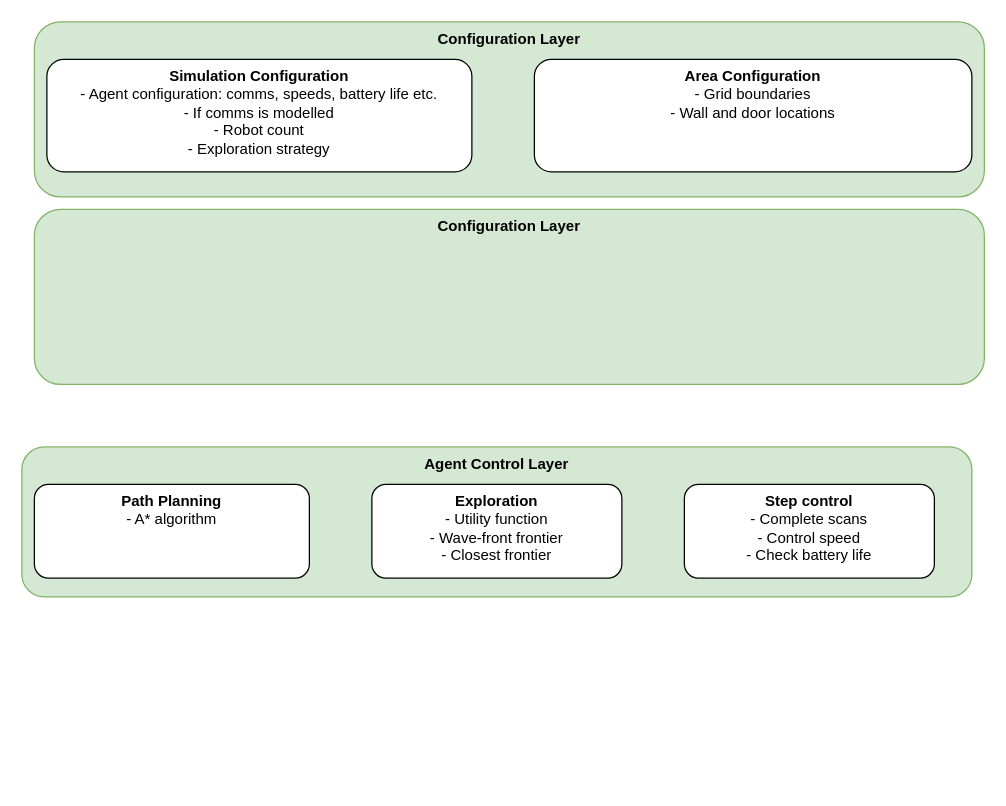
Earlier version of the draw.io diagram Basic Software Architecture.drawio (SophieGreen2073-2/DissertationAbtractModel). Source tidied: cells renumbered, new cells numbered last; positions are measured from the earlier drawing's top-left corner, leaving out a move shared by most shapes. Both pictures are drawn from the tidied source at 125%, with x=0, y=0 at pixel (21, 21).
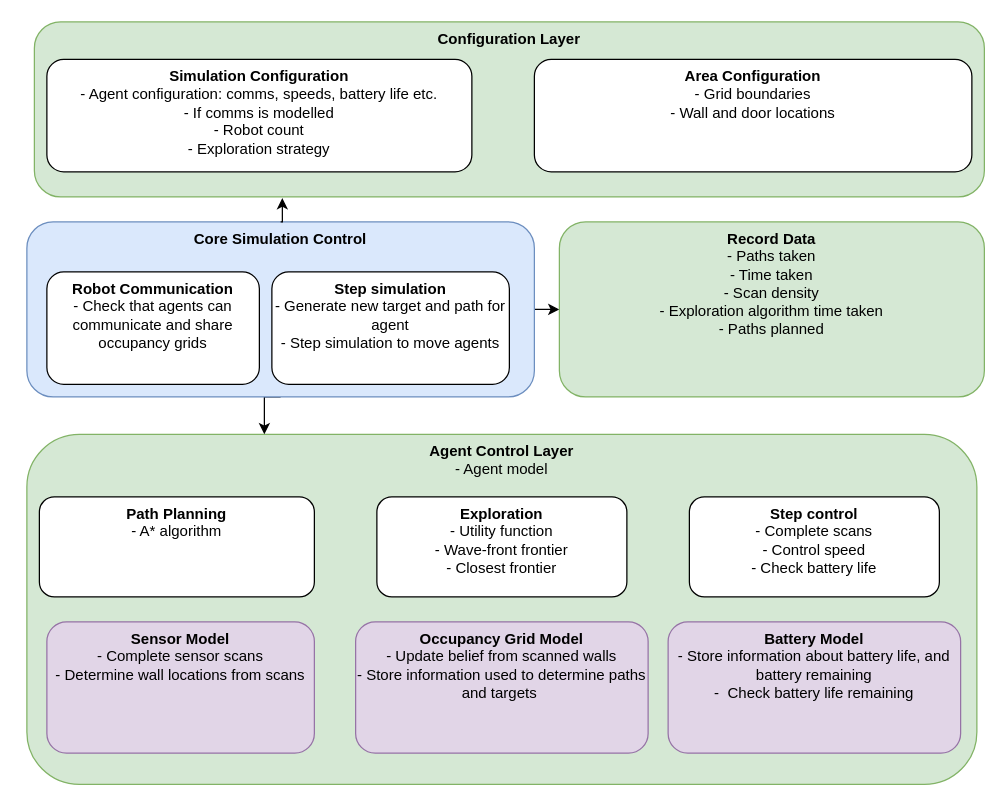
The same diagram, later.

Change to the diagram source:
```diff
@@
 <mxGraphModel>
   <root>
     <mxCell id="0" />
     <mxCell id="1" parent="0" />
     <mxCell id="2" value="&lt;div&gt;&lt;b&gt;Configuration Layer&lt;/b&gt;&lt;/div&gt;&lt;div&gt;&lt;b&gt;&lt;br&gt;&lt;/b&gt;&lt;/div&gt;" style="rounded=1;whiteSpace=wrap;html=1;verticalAlign=top;fillColor=#d5e8d4;strokeColor=#82b366;" parent="1" vertex="1">
       <mxGeometry x="10" width="760" height="140" as="geometry" />
     </mxCell>
     <mxCell id="3" value="&lt;div&gt;&lt;b&gt;Simulation Configuration&lt;/b&gt;&lt;/div&gt;&lt;div&gt;- Agent configuration: comms, speeds, battery life etc.&lt;/div&gt;&lt;div&gt;- If comms is modelled&lt;/div&gt;&lt;div&gt;- Robot count&lt;/div&gt;&lt;div&gt;- Exploration strategy&lt;/div&gt;" style="rounded=1;whiteSpace=wrap;html=1;verticalAlign=top;" parent="1" vertex="1">
       <mxGeometry x="20" y="30" width="340" height="90" as="geometry" />
     </mxCell>
     <mxCell id="4" value="&lt;div&gt;&lt;b&gt;Area Configuration&lt;/b&gt;&lt;/div&gt;&lt;div&gt;- Grid boundaries&lt;/div&gt;&lt;div&gt;- Wall and door locations&lt;/div&gt;" style="rounded=1;whiteSpace=wrap;html=1;verticalAlign=top;" parent="1" vertex="1">
       <mxGeometry x="410" y="30" width="350" height="90" as="geometry" />
     </mxCell>
     <mxCell id="5" style="group;" parent="1" vertex="1">
-      <mxGeometry y="340" width="760" height="120" as="geometry" />
+      <mxGeometry x="4" y="330" width="760" height="280" as="geometry" />
     </mxCell>
-    <mxCell id="6" value="&lt;b&gt;Agent Control Layer&lt;/b&gt;" style="rounded=1;whiteSpace=wrap;html=1;verticalAlign=top;fillColor=#d5e8d4;strokeColor=#82b366;" parent="5" vertex="1">
-      <mxGeometry width="760" height="120" as="geometry" />
+    <mxCell id="6" value="&lt;div&gt;&lt;b&gt;Agent Control Layer&lt;/b&gt;&lt;/div&gt;- Agent model" style="rounded=1;whiteSpace=wrap;html=1;verticalAlign=top;fillColor=#d5e8d4;strokeColor=#82b366;" parent="5" vertex="1">
+      <mxGeometry width="760" height="280" as="geometry" />
     </mxCell>
     <mxCell id="7" value="&lt;div&gt;&lt;b&gt;Path Planning&lt;/b&gt;&lt;/div&gt;&lt;div&gt;- A* algorithm&lt;/div&gt;" style="rounded=1;whiteSpace=wrap;html=1;verticalAlign=top;" parent="5" vertex="1">
-      <mxGeometry x="10" y="30" width="220" height="75" as="geometry" />
+      <mxGeometry x="10" y="50" width="220" height="80" as="geometry" />
     </mxCell>
     <mxCell id="8" value="&lt;div&gt;&lt;b&gt;Exploration&lt;/b&gt;&lt;/div&gt;&lt;div&gt;- Utility function&lt;/div&gt;&lt;div&gt;- Wave-front frontier&lt;/div&gt;&lt;div&gt;- Closest frontier&lt;/div&gt;" style="rounded=1;whiteSpace=wrap;html=1;verticalAlign=top;" parent="5" vertex="1">
-      <mxGeometry x="280" y="30" width="200" height="75" as="geometry" />
+      <mxGeometry x="280" y="50" width="200" height="80" as="geometry" />
     </mxCell>
     <mxCell id="9" value="&lt;div&gt;&lt;b&gt;Step control&lt;/b&gt;&lt;/div&gt;&lt;div&gt;- Complete scans&lt;/div&gt;&lt;div&gt;- Control speed&lt;/div&gt;&lt;div&gt;- Check battery life&lt;/div&gt;&lt;div&gt;&lt;br&gt;&lt;/div&gt;" style="rounded=1;whiteSpace=wrap;html=1;verticalAlign=top;" parent="5" vertex="1">
-      <mxGeometry x="530" y="30" width="200" height="75" as="geometry" />
+      <mxGeometry x="530" y="50" width="200" height="80" as="geometry" />
     </mxCell>
+    <mxCell id="11" value="&lt;div&gt;&lt;b&gt;Sensor Model&lt;/b&gt;&lt;/div&gt;&lt;div&gt;- Complete sensor scans&lt;/div&gt;&lt;div&gt;- Determine wall locations from scans&lt;/div&gt;" style="rounded=1;whiteSpace=wrap;html=1;verticalAlign=top;fillColor=#e1d5e7;strokeColor=#9673a6;" parent="5" vertex="1">
+      <mxGeometry x="16" y="150" width="214" height="105" as="geometry" />
+    </mxCell>
+    <mxCell id="12" value="&lt;div&gt;&lt;b&gt;Occupancy Grid Model&lt;/b&gt;&lt;/div&gt;&lt;div&gt;- Update belief from scanned walls&lt;/div&gt;&lt;div&gt;- Store information used to determine paths and targets&amp;nbsp;&lt;/div&gt;" style="rounded=1;whiteSpace=wrap;html=1;verticalAlign=top;fillColor=#e1d5e7;strokeColor=#9673a6;" parent="5" vertex="1">
+      <mxGeometry x="263" y="150" width="234" height="105" as="geometry" />
+    </mxCell>
+    <mxCell id="13" value="&lt;div&gt;&lt;b&gt;Battery Model&lt;/b&gt;&lt;/div&gt;&lt;div&gt;- Store information about battery life, and battery remaining&lt;/div&gt;&lt;div&gt;-&amp;nbsp; Check battery life remaining&lt;/div&gt;" style="rounded=1;whiteSpace=wrap;html=1;verticalAlign=top;fillColor=#e1d5e7;strokeColor=#9673a6;" parent="5" vertex="1">
+      <mxGeometry x="513" y="150" width="234" height="105" as="geometry" />
+    </mxCell>
+    <mxCell id="14" style="edgeStyle=orthogonalEdgeStyle;rounded=0;jettySize=auto;html=1;exitX=1;exitY=0.5;exitDx=0;exitDy=0;entryX=0;entryY=0.5;entryDx=0;entryDy=0;" parent="1" edge="1" source="10" target="18">
+      <mxGeometry relative="1" as="geometry" />
+    </mxCell>
+    <mxCell id="15" style="edgeStyle=orthogonalEdgeStyle;rounded=0;jettySize=auto;html=1;exitX=0.5;exitY=1;exitDx=0;exitDy=0;entryX=0.25;entryY=0;entryDx=0;entryDy=0;" parent="1" edge="1" source="10" target="6">
+      <mxGeometry relative="1" as="geometry" />
+    </mxCell>
-    <mxCell id="10" value="&lt;div&gt;&lt;b&gt;Configuration Layer&lt;/b&gt;&lt;/div&gt;&lt;div&gt;&lt;b&gt;&lt;br&gt;&lt;/b&gt;&lt;/div&gt;" style="rounded=1;whiteSpace=wrap;html=1;verticalAlign=top;fillColor=#d5e8d4;strokeColor=#82b366;" parent="1" vertex="1">
-      <mxGeometry x="10" y="150" width="760" height="140" as="geometry" />
+    <mxCell id="10" value="&lt;b&gt;Core Simulation Control&lt;/b&gt;" style="rounded=1;whiteSpace=wrap;html=1;verticalAlign=top;fillColor=#dae8fc;strokeColor=#6c8ebf;" parent="1" vertex="1">
+      <mxGeometry x="4" y="160" width="406" height="140" as="geometry" />
     </mxCell>
+    <mxCell id="16" value="&lt;div&gt;&lt;b&gt;Robot Communication&lt;/b&gt;&lt;/div&gt;&lt;div&gt;- Check that agents can communicate and share occupancy grids&lt;/div&gt;&lt;div&gt;&lt;br&gt;&lt;/div&gt;" style="rounded=1;whiteSpace=wrap;html=1;verticalAlign=top;" parent="1" vertex="1">
+      <mxGeometry x="20" y="200" width="170" height="90" as="geometry" />
+    </mxCell>
+    <mxCell id="17" value="&lt;div&gt;&lt;b&gt;Step simulation&lt;/b&gt;&lt;/div&gt;&lt;div&gt;- Generate new target and path for agent&lt;/div&gt;&lt;div&gt;- Step simulation to move agents&lt;/div&gt;" style="rounded=1;whiteSpace=wrap;html=1;verticalAlign=top;" parent="1" vertex="1">
+      <mxGeometry x="200" y="200" width="190" height="90" as="geometry" />
+    </mxCell>
+    <mxCell id="18" value="&lt;div&gt;&lt;b&gt;Record Data&lt;/b&gt;&lt;/div&gt;&lt;div&gt;- Paths taken&lt;/div&gt;&lt;div&gt;- Time taken&lt;/div&gt;&lt;div&gt;- Scan density&lt;/div&gt;&lt;div&gt;- Exploration algorithm time taken&lt;/div&gt;&lt;div&gt;- Paths planned&lt;/div&gt;" style="rounded=1;whiteSpace=wrap;html=1;verticalAlign=top;fillColor=#d5e8d4;strokeColor=#82b366;" parent="1" vertex="1">
+      <mxGeometry x="430" y="160" width="340" height="140" as="geometry" />
+    </mxCell>
+    <mxCell id="19" style="edgeStyle=orthogonalEdgeStyle;rounded=0;jettySize=auto;html=1;exitX=0.5;exitY=0;exitDx=0;exitDy=0;entryX=0.261;entryY=1.007;entryDx=0;entryDy=0;entryPerimeter=0;" parent="1" edge="1" source="10" target="2">
+      <mxGeometry relative="1" as="geometry" />
+    </mxCell>
   </root>
 </mxGraphModel>
```
